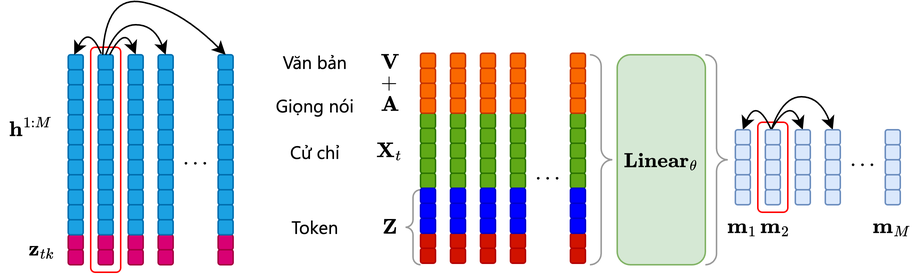
hmthanh/master_thesis keeps this draw.io diagram as thesis/images/CrossLocalAttention.png. Above is the earlier version. Source tidied: cells renumbered, new cells last; positions are measured from the earlier drawing's top-left corner, leaving out a move shared by most shapes.
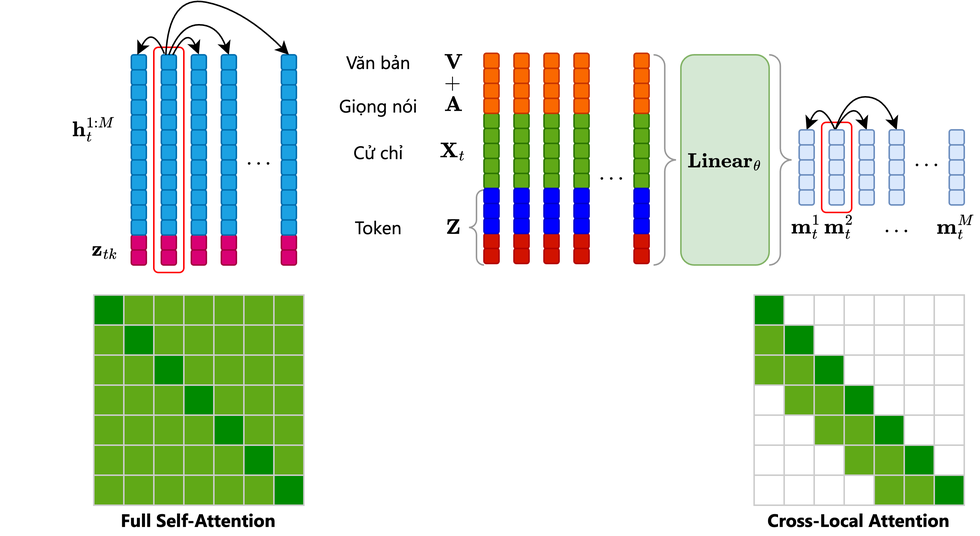
Above is the later version.

What changed in the source:
```diff
@@ -88,3 +88,3 @@
     </mxCell>
-    <mxCell id="30" value="$$\mathbf{h}^{1:M}$$" style="text;html=1;align=center;verticalAlign=middle;whiteSpace=wrap;rounded=0;" parent="1" vertex="1">
+    <mxCell id="30" value="$$\mathbf{h}^{1:M}_t$$" style="text;html=1;align=center;verticalAlign=middle;whiteSpace=wrap;rounded=0;" parent="1" vertex="1">
       <mxGeometry y="80" width="40" height="20" as="geometry" />
@@ -574,3 +574,3 @@
     </mxCell>
-    <mxCell id="178" value="$$\mathbf{m}_1$$" style="text;html=1;align=center;verticalAlign=middle;whiteSpace=wrap;rounded=0;fontSize=12;" parent="1" vertex="1">
+    <mxCell id="178" value="$$\mathbf{m}^1_t$$" style="text;html=1;align=center;verticalAlign=middle;whiteSpace=wrap;rounded=0;fontSize=12;" parent="1" vertex="1">
       <mxGeometry x="480" y="140" width="30" height="30" as="geometry" />
@@ -580,6 +580,6 @@
     </mxCell>
-    <mxCell id="180" value="$$\mathbf{m}_2$$" style="text;html=1;align=center;verticalAlign=middle;whiteSpace=wrap;rounded=0;fontSize=12;" parent="1" vertex="1">
+    <mxCell id="180" value="$$\mathbf{m}^2_t$$" style="text;html=1;align=center;verticalAlign=middle;whiteSpace=wrap;rounded=0;fontSize=12;" parent="1" vertex="1">
       <mxGeometry x="502" y="140" width="30" height="30" as="geometry" />
     </mxCell>
-    <mxCell id="181" value="$$\mathbf{m}_M$$" style="text;html=1;align=center;verticalAlign=middle;whiteSpace=wrap;rounded=0;fontSize=12;" parent="1" vertex="1">
+    <mxCell id="181" value="$$\mathbf{m}^M_t$$" style="text;html=1;align=center;verticalAlign=middle;whiteSpace=wrap;rounded=0;fontSize=12;" parent="1" vertex="1">
       <mxGeometry x="580" y="140" width="30" height="30" as="geometry" />
@@ -631,2 +631,305 @@
     </mxCell>
+    <mxCell id="197" style="rounded=0;whiteSpace=wrap;html=1;fillColor=#008a00;strokeColor=#CCCCCC;fontColor=#ffffff;" parent="1" vertex="1">
+      <mxGeometry x="20" y="200" width="20" height="20" as="geometry" />
+    </mxCell>
+    <mxCell id="198" style="rounded=0;whiteSpace=wrap;html=1;fillColor=#60a917;strokeColor=#CCCCCC;fontColor=#ffffff;" parent="1" vertex="1">
+      <mxGeometry x="40" y="200" width="20" height="20" as="geometry" />
+    </mxCell>
+    <mxCell id="199" style="rounded=0;whiteSpace=wrap;html=1;fillColor=#60a917;strokeColor=#CCCCCC;fontColor=#ffffff;" parent="1" vertex="1">
+      <mxGeometry x="60" y="200" width="20" height="20" as="geometry" />
+    </mxCell>
+    <mxCell id="200" style="rounded=0;whiteSpace=wrap;html=1;fillColor=#60a917;strokeColor=#CCCCCC;fontColor=#ffffff;" parent="1" vertex="1">
+      <mxGeometry x="80" y="200" width="20" height="20" as="geometry" />
+    </mxCell>
+    <mxCell id="201" style="rounded=0;whiteSpace=wrap;html=1;fillColor=#60a917;strokeColor=#CCCCCC;fontColor=#ffffff;" parent="1" vertex="1">
+      <mxGeometry x="100" y="200" width="20" height="20" as="geometry" />
+    </mxCell>
+    <mxCell id="202" style="rounded=0;whiteSpace=wrap;html=1;fillColor=#60a917;strokeColor=#CCCCCC;fontColor=#ffffff;" parent="1" vertex="1">
+      <mxGeometry x="120" y="200" width="20" height="20" as="geometry" />
+    </mxCell>
+    <mxCell id="203" style="rounded=0;whiteSpace=wrap;html=1;fillColor=#60a917;strokeColor=#CCCCCC;fontColor=#ffffff;" parent="1" vertex="1">
+      <mxGeometry x="140" y="200" width="20" height="20" as="geometry" />
+    </mxCell>
+    <mxCell id="204" style="rounded=0;whiteSpace=wrap;html=1;fillColor=#60a917;strokeColor=#CCCCCC;fontColor=#ffffff;" parent="1" vertex="1">
+      <mxGeometry x="20" y="220" width="20" height="20" as="geometry" />
+    </mxCell>
+    <mxCell id="205" style="rounded=0;whiteSpace=wrap;html=1;fillColor=#008a00;strokeColor=#CCCCCC;fontColor=#ffffff;" parent="1" vertex="1">
+      <mxGeometry x="40" y="220" width="20" height="20" as="geometry" />
+    </mxCell>
+    <mxCell id="206" style="rounded=0;whiteSpace=wrap;html=1;fillColor=#60a917;strokeColor=#CCCCCC;fontColor=#ffffff;" parent="1" vertex="1">
+      <mxGeometry x="60" y="220" width="20" height="20" as="geometry" />
+    </mxCell>
+    <mxCell id="207" style="rounded=0;whiteSpace=wrap;html=1;fillColor=#60a917;strokeColor=#CCCCCC;fontColor=#ffffff;" parent="1" vertex="1">
+      <mxGeometry x="80" y="220" width="20" height="20" as="geometry" />
+    </mxCell>
+    <mxCell id="208" style="rounded=0;whiteSpace=wrap;html=1;fillColor=#60a917;strokeColor=#CCCCCC;fontColor=#ffffff;" parent="1" vertex="1">
+      <mxGeometry x="100" y="220" width="20" height="20" as="geometry" />
+    </mxCell>
+    <mxCell id="209" style="rounded=0;whiteSpace=wrap;html=1;fillColor=#60a917;strokeColor=#CCCCCC;fontColor=#ffffff;" parent="1" vertex="1">
+      <mxGeometry x="120" y="220" width="20" height="20" as="geometry" />
+    </mxCell>
+    <mxCell id="210" style="rounded=0;whiteSpace=wrap;html=1;fillColor=#60a917;strokeColor=#CCCCCC;fontColor=#ffffff;" parent="1" vertex="1">
+      <mxGeometry x="140" y="220" width="20" height="20" as="geometry" />
+    </mxCell>
+    <mxCell id="211" style="rounded=0;whiteSpace=wrap;html=1;fillColor=#60a917;strokeColor=#CCCCCC;fontColor=#ffffff;" parent="1" vertex="1">
+      <mxGeometry x="20" y="240" width="20" height="20" as="geometry" />
+    </mxCell>
+    <mxCell id="212" style="rounded=0;whiteSpace=wrap;html=1;fillColor=#60a917;strokeColor=#CCCCCC;fontColor=#ffffff;" parent="1" vertex="1">
+      <mxGeometry x="40" y="240" width="20" height="20" as="geometry" />
+    </mxCell>
+    <mxCell id="213" style="rounded=0;whiteSpace=wrap;html=1;fillColor=#008a00;strokeColor=#CCCCCC;fontColor=#ffffff;" parent="1" vertex="1">
+      <mxGeometry x="60" y="240" width="20" height="20" as="geometry" />
+    </mxCell>
+    <mxCell id="214" style="rounded=0;whiteSpace=wrap;html=1;fillColor=#60a917;strokeColor=#CCCCCC;fontColor=#ffffff;" parent="1" vertex="1">
+      <mxGeometry x="80" y="240" width="20" height="20" as="geometry" />
+    </mxCell>
+    <mxCell id="215" style="rounded=0;whiteSpace=wrap;html=1;fillColor=#60a917;strokeColor=#CCCCCC;fontColor=#ffffff;" parent="1" vertex="1">
+      <mxGeometry x="100" y="240" width="20" height="20" as="geometry" />
+    </mxCell>
+    <mxCell id="216" style="rounded=0;whiteSpace=wrap;html=1;fillColor=#60a917;strokeColor=#CCCCCC;fontColor=#ffffff;" parent="1" vertex="1">
+      <mxGeometry x="120" y="240" width="20" height="20" as="geometry" />
+    </mxCell>
+    <mxCell id="217" style="rounded=0;whiteSpace=wrap;html=1;fillColor=#60a917;strokeColor=#CCCCCC;fontColor=#ffffff;" parent="1" vertex="1">
+      <mxGeometry x="140" y="240" width="20" height="20" as="geometry" />
+    </mxCell>
+    <mxCell id="218" style="rounded=0;whiteSpace=wrap;html=1;fillColor=#60a917;strokeColor=#CCCCCC;fontColor=#ffffff;" parent="1" vertex="1">
+      <mxGeometry x="20" y="260" width="20" height="20" as="geometry" />
+    </mxCell>
+    <mxCell id="219" style="rounded=0;whiteSpace=wrap;html=1;fillColor=#60a917;strokeColor=#CCCCCC;fontColor=#ffffff;" parent="1" vertex="1">
+      <mxGeometry x="40" y="260" width="20" height="20" as="geometry" />
+    </mxCell>
+    <mxCell id="220" style="rounded=0;whiteSpace=wrap;html=1;fillColor=#60a917;strokeColor=#CCCCCC;fontColor=#ffffff;" parent="1" vertex="1">
+      <mxGeometry x="60" y="260" width="20" height="20" as="geometry" />
+    </mxCell>
+    <mxCell id="221" style="rounded=0;whiteSpace=wrap;html=1;fillColor=#008a00;strokeColor=#CCCCCC;fontColor=#ffffff;" parent="1" vertex="1">
+      <mxGeometry x="80" y="260" width="20" height="20" as="geometry" />
+    </mxCell>
+    <mxCell id="222" style="rounded=0;whiteSpace=wrap;html=1;fillColor=#60a917;strokeColor=#CCCCCC;fontColor=#ffffff;" parent="1" vertex="1">
+      <mxGeometry x="100" y="260" width="20" height="20" as="geometry" />
+    </mxCell>
+    <mxCell id="223" style="rounded=0;whiteSpace=wrap;html=1;fillColor=#60a917;strokeColor=#CCCCCC;fontColor=#ffffff;" parent="1" vertex="1">
+      <mxGeometry x="120" y="260" width="20" height="20" as="geometry" />
+    </mxCell>
+    <mxCell id="224" style="rounded=0;whiteSpace=wrap;html=1;fillColor=#60a917;strokeColor=#CCCCCC;fontColor=#ffffff;" parent="1" vertex="1">
+      <mxGeometry x="140" y="260" width="20" height="20" as="geometry" />
+    </mxCell>
+    <mxCell id="225" style="rounded=0;whiteSpace=wrap;html=1;fillColor=#60a917;strokeColor=#CCCCCC;fontColor=#ffffff;" parent="1" vertex="1">
+      <mxGeometry x="20" y="280" width="20" height="20" as="geometry" />
+    </mxCell>
+    <mxCell id="226" style="rounded=0;whiteSpace=wrap;html=1;fillColor=#60a917;strokeColor=#CCCCCC;fontColor=#ffffff;" parent="1" vertex="1">
+      <mxGeometry x="40" y="280" width="20" height="20" as="geometry" />
+    </mxCell>
+    <mxCell id="227" style="rounded=0;whiteSpace=wrap;html=1;fillColor=#60a917;strokeColor=#CCCCCC;fontColor=#ffffff;" parent="1" vertex="1">
+      <mxGeometry x="60" y="280" width="20" height="20" as="geometry" />
+    </mxCell>
+    <mxCell id="228" style="rounded=0;whiteSpace=wrap;html=1;fillColor=#60a917;strokeColor=#CCCCCC;fontColor=#ffffff;" parent="1" vertex="1">
+      <mxGeometry x="80" y="280" width="20" height="20" as="geometry" />
+    </mxCell>
+    <mxCell id="229" style="rounded=0;whiteSpace=wrap;html=1;fillColor=#008a00;strokeColor=#CCCCCC;fontColor=#ffffff;" parent="1" vertex="1">
+      <mxGeometry x="100" y="280" width="20" height="20" as="geometry" />
+    </mxCell>
+    <mxCell id="230" style="rounded=0;whiteSpace=wrap;html=1;fillColor=#60a917;strokeColor=#CCCCCC;fontColor=#ffffff;" parent="1" vertex="1">
+      <mxGeometry x="120" y="280" width="20" height="20" as="geometry" />
+    </mxCell>
+    <mxCell id="231" style="rounded=0;whiteSpace=wrap;html=1;fillColor=#60a917;strokeColor=#CCCCCC;fontColor=#ffffff;" parent="1" vertex="1">
+      <mxGeometry x="140" y="280" width="20" height="20" as="geometry" />
+    </mxCell>
+    <mxCell id="232" style="rounded=0;whiteSpace=wrap;html=1;fillColor=#60a917;strokeColor=#CCCCCC;fontColor=#ffffff;" parent="1" vertex="1">
+      <mxGeometry x="20" y="300" width="20" height="20" as="geometry" />
+    </mxCell>
+    <mxCell id="233" style="rounded=0;whiteSpace=wrap;html=1;fillColor=#60a917;strokeColor=#CCCCCC;fontColor=#ffffff;" parent="1" vertex="1">
+      <mxGeometry x="40" y="300" width="20" height="20" as="geometry" />
+    </mxCell>
+    <mxCell id="234" style="rounded=0;whiteSpace=wrap;html=1;fillColor=#60a917;strokeColor=#CCCCCC;fontColor=#ffffff;" parent="1" vertex="1">
+      <mxGeometry x="60" y="300" width="20" height="20" as="geometry" />
+    </mxCell>
+    <mxCell id="235" style="rounded=0;whiteSpace=wrap;html=1;fillColor=#60a917;strokeColor=#CCCCCC;fontColor=#ffffff;" parent="1" vertex="1">
+      <mxGeometry x="80" y="300" width="20" height="20" as="geometry" />
+    </mxCell>
+    <mxCell id="236" style="rounded=0;whiteSpace=wrap;html=1;fillColor=#60a917;strokeColor=#CCCCCC;fontColor=#ffffff;" parent="1" vertex="1">
+      <mxGeometry x="100" y="300" width="20" height="20" as="geometry" />
+    </mxCell>
+    <mxCell id="237" style="rounded=0;whiteSpace=wrap;html=1;fillColor=#008a00;strokeColor=#CCCCCC;fontColor=#ffffff;" parent="1" vertex="1">
+      <mxGeometry x="120" y="300" width="20" height="20" as="geometry" />
+    </mxCell>
+    <mxCell id="238" style="rounded=0;whiteSpace=wrap;html=1;fillColor=#60a917;strokeColor=#CCCCCC;fontColor=#ffffff;" parent="1" vertex="1">
+      <mxGeometry x="140" y="300" width="20" height="20" as="geometry" />
+    </mxCell>
+    <mxCell id="239" style="rounded=0;whiteSpace=wrap;html=1;fillColor=#60a917;strokeColor=#CCCCCC;fontColor=#ffffff;" parent="1" vertex="1">
+      <mxGeometry x="20" y="320" width="20" height="20" as="geometry" />
+    </mxCell>
+    <mxCell id="240" style="rounded=0;whiteSpace=wrap;html=1;fillColor=#60a917;strokeColor=#CCCCCC;fontColor=#ffffff;" parent="1" vertex="1">
+      <mxGeometry x="40" y="320" width="20" height="20" as="geometry" />
+    </mxCell>
+    <mxCell id="241" style="rounded=0;whiteSpace=wrap;html=1;fillColor=#60a917;strokeColor=#CCCCCC;fontColor=#ffffff;" parent="1" vertex="1">
+      <mxGeometry x="60" y="320" width="20" height="20" as="geometry" />
+    </mxCell>
+    <mxCell id="242" style="rounded=0;whiteSpace=wrap;html=1;fillColor=#60a917;strokeColor=#CCCCCC;fontColor=#ffffff;" parent="1" vertex="1">
+      <mxGeometry x="80" y="320" width="20" height="20" as="geometry" />
+    </mxCell>
+    <mxCell id="243" style="rounded=0;whiteSpace=wrap;html=1;fillColor=#60a917;strokeColor=#CCCCCC;fontColor=#ffffff;" parent="1" vertex="1">
+      <mxGeometry x="100" y="320" width="20" height="20" as="geometry" />
+    </mxCell>
+    <mxCell id="244" style="rounded=0;whiteSpace=wrap;html=1;fillColor=#60a917;strokeColor=#CCCCCC;fontColor=#ffffff;" parent="1" vertex="1">
+      <mxGeometry x="120" y="320" width="20" height="20" as="geometry" />
+    </mxCell>
+    <mxCell id="245" style="rounded=0;whiteSpace=wrap;html=1;fillColor=#008a00;strokeColor=#CCCCCC;fontColor=#ffffff;" parent="1" vertex="1">
+      <mxGeometry x="140" y="320" width="20" height="20" as="geometry" />
+    </mxCell>
+    <mxCell id="246" value="Full Self-Attention" style="text;html=1;align=center;verticalAlign=middle;whiteSpace=wrap;rounded=0;fontFamily=Segoe UI;fontStyle=1;" parent="1" vertex="1">
+      <mxGeometry x="20" y="340" width="140" height="20" as="geometry" />
+    </mxCell>
+    <mxCell id="247" style="rounded=0;whiteSpace=wrap;html=1;strokeColor=#CCCCCC;fillColor=#008a00;fontColor=#ffffff;" parent="1" vertex="1">
+      <mxGeometry x="460" y="200" width="20" height="20" as="geometry" />
+    </mxCell>
+    <mxCell id="248" style="rounded=0;whiteSpace=wrap;html=1;strokeColor=#CCCCCC;" parent="1" vertex="1">
+      <mxGeometry x="480" y="200" width="20" height="20" as="geometry" />
+    </mxCell>
+    <mxCell id="249" style="rounded=0;whiteSpace=wrap;html=1;strokeColor=#CCCCCC;" parent="1" vertex="1">
+      <mxGeometry x="500" y="200" width="20" height="20" as="geometry" />
+    </mxCell>
+    <mxCell id="250" style="rounded=0;whiteSpace=wrap;html=1;strokeColor=#CCCCCC;" parent="1" vertex="1">
+      <mxGeometry x="520" y="200" width="20" height="20" as="geometry" />
+    </mxCell>
+    <mxCell id="251" style="rounded=0;whiteSpace=wrap;html=1;strokeColor=#CCCCCC;" parent="1" vertex="1">
+      <mxGeometry x="540" y="200" width="20" height="20" as="geometry" />
+    </mxCell>
+    <mxCell id="252" style="rounded=0;whiteSpace=wrap;html=1;strokeColor=#CCCCCC;" parent="1" vertex="1">
+      <mxGeometry x="560" y="200" width="20" height="20" as="geometry" />
+    </mxCell>
+    <mxCell id="253" style="rounded=0;whiteSpace=wrap;html=1;strokeColor=#CCCCCC;" parent="1" vertex="1">
+      <mxGeometry x="580" y="200" width="20" height="20" as="geometry" />
+    </mxCell>
+    <mxCell id="254" style="rounded=0;whiteSpace=wrap;html=1;strokeColor=#CCCCCC;fillColor=#60a917;fontColor=#ffffff;" parent="1" vertex="1">
+      <mxGeometry x="460" y="220" width="20" height="20" as="geometry" />
+    </mxCell>
+    <mxCell id="255" style="rounded=0;whiteSpace=wrap;html=1;strokeColor=#CCCCCC;fillColor=#008a00;fontColor=#ffffff;" parent="1" vertex="1">
+      <mxGeometry x="480" y="220" width="20" height="20" as="geometry" />
+    </mxCell>
+    <mxCell id="256" style="rounded=0;whiteSpace=wrap;html=1;strokeColor=#CCCCCC;" parent="1" vertex="1">
+      <mxGeometry x="500" y="220" width="20" height="20" as="geometry" />
+    </mxCell>
+    <mxCell id="257" style="rounded=0;whiteSpace=wrap;html=1;strokeColor=#CCCCCC;" parent="1" vertex="1">
+      <mxGeometry x="520" y="220" width="20" height="20" as="geometry" />
+    </mxCell>
+    <mxCell id="258" style="rounded=0;whiteSpace=wrap;html=1;strokeColor=#CCCCCC;" parent="1" vertex="1">
+      <mxGeometry x="540" y="220" width="20" height="20" as="geometry" />
+    </mxCell>
+    <mxCell id="259" style="rounded=0;whiteSpace=wrap;html=1;strokeColor=#CCCCCC;" parent="1" vertex="1">
+      <mxGeometry x="560" y="220" width="20" height="20" as="geometry" />
+    </mxCell>
+    <mxCell id="260" style="rounded=0;whiteSpace=wrap;html=1;strokeColor=#CCCCCC;" parent="1" vertex="1">
+      <mxGeometry x="580" y="220" width="20" height="20" as="geometry" />
+    </mxCell>
+    <mxCell id="261" style="rounded=0;whiteSpace=wrap;html=1;strokeColor=#CCCCCC;fillColor=#60a917;fontColor=#ffffff;" parent="1" vertex="1">
+      <mxGeometry x="460" y="240" width="20" height="20" as="geometry" />
+    </mxCell>
+    <mxCell id="262" style="rounded=0;whiteSpace=wrap;html=1;strokeColor=#CCCCCC;fillColor=#60a917;fontColor=#ffffff;" parent="1" vertex="1">
+      <mxGeometry x="480" y="240" width="20" height="20" as="geometry" />
+    </mxCell>
+    <mxCell id="263" style="rounded=0;whiteSpace=wrap;html=1;strokeColor=#CCCCCC;fillColor=#008a00;fontColor=#ffffff;" parent="1" vertex="1">
+      <mxGeometry x="500" y="240" width="20" height="20" as="geometry" />
+    </mxCell>
+    <mxCell id="264" style="rounded=0;whiteSpace=wrap;html=1;strokeColor=#CCCCCC;" parent="1" vertex="1">
+      <mxGeometry x="520" y="240" width="20" height="20" as="geometry" />
+    </mxCell>
+    <mxCell id="265" style="rounded=0;whiteSpace=wrap;html=1;strokeColor=#CCCCCC;" parent="1" vertex="1">
+      <mxGeometry x="540" y="240" width="20" height="20" as="geometry" />
+    </mxCell>
+    <mxCell id="266" style="rounded=0;whiteSpace=wrap;html=1;strokeColor=#CCCCCC;" parent="1" vertex="1">
+      <mxGeometry x="560" y="240" width="20" height="20" as="geometry" />
+    </mxCell>
+    <mxCell id="267" style="rounded=0;whiteSpace=wrap;html=1;strokeColor=#CCCCCC;" parent="1" vertex="1">
+      <mxGeometry x="580" y="240" width="20" height="20" as="geometry" />
+    </mxCell>
+    <mxCell id="268" style="rounded=0;whiteSpace=wrap;html=1;strokeColor=#CCCCCC;" parent="1" vertex="1">
+      <mxGeometry x="460" y="260" width="20" height="20" as="geometry" />
+    </mxCell>
+    <mxCell id="269" style="rounded=0;whiteSpace=wrap;html=1;strokeColor=#CCCCCC;fillColor=#60a917;fontColor=#ffffff;" parent="1" vertex="1">
+      <mxGeometry x="480" y="260" width="20" height="20" as="geometry" />
+    </mxCell>
+    <mxCell id="270" style="rounded=0;whiteSpace=wrap;html=1;strokeColor=#CCCCCC;fillColor=#60a917;fontColor=#ffffff;" parent="1" vertex="1">
+      <mxGeometry x="500" y="260" width="20" height="20" as="geometry" />
+    </mxCell>
+    <mxCell id="271" style="rounded=0;whiteSpace=wrap;html=1;strokeColor=#CCCCCC;fillColor=#008a00;fontColor=#ffffff;" parent="1" vertex="1">
+      <mxGeometry x="520" y="260" width="20" height="20" as="geometry" />
+    </mxCell>
+    <mxCell id="272" style="rounded=0;whiteSpace=wrap;html=1;strokeColor=#CCCCCC;" parent="1" vertex="1">
+      <mxGeometry x="540" y="260" width="20" height="20" as="geometry" />
+    </mxCell>
+    <mxCell id="273" style="rounded=0;whiteSpace=wrap;html=1;strokeColor=#CCCCCC;" parent="1" vertex="1">
+      <mxGeometry x="560" y="260" width="20" height="20" as="geometry" />
+    </mxCell>
+    <mxCell id="274" style="rounded=0;whiteSpace=wrap;html=1;strokeColor=#CCCCCC;" parent="1" vertex="1">
+      <mxGeometry x="580" y="260" width="20" height="20" as="geometry" />
+    </mxCell>
+    <mxCell id="275" style="rounded=0;whiteSpace=wrap;html=1;strokeColor=#CCCCCC;" parent="1" vertex="1">
+      <mxGeometry x="460" y="280" width="20" height="20" as="geometry" />
+    </mxCell>
+    <mxCell id="276" style="rounded=0;whiteSpace=wrap;html=1;strokeColor=#CCCCCC;" parent="1" vertex="1">
+      <mxGeometry x="480" y="280" width="20" height="20" as="geometry" />
+    </mxCell>
+    <mxCell id="277" style="rounded=0;whiteSpace=wrap;html=1;strokeColor=#CCCCCC;fillColor=#60a917;fontColor=#ffffff;" parent="1" vertex="1">
+      <mxGeometry x="500" y="280" width="20" height="20" as="geometry" />
+    </mxCell>
+    <mxCell id="278" style="rounded=0;whiteSpace=wrap;html=1;strokeColor=#CCCCCC;fillColor=#60a917;fontColor=#ffffff;" parent="1" vertex="1">
+      <mxGeometry x="520" y="280" width="20" height="20" as="geometry" />
+    </mxCell>
+    <mxCell id="279" style="rounded=0;whiteSpace=wrap;html=1;strokeColor=#CCCCCC;fillColor=#008a00;fontColor=#ffffff;" parent="1" vertex="1">
+      <mxGeometry x="540" y="280" width="20" height="20" as="geometry" />
+    </mxCell>
+    <mxCell id="280" style="rounded=0;whiteSpace=wrap;html=1;strokeColor=#CCCCCC;" parent="1" vertex="1">
+      <mxGeometry x="560" y="280" width="20" height="20" as="geometry" />
+    </mxCell>
+    <mxCell id="281" style="rounded=0;whiteSpace=wrap;html=1;strokeColor=#CCCCCC;" parent="1" vertex="1">
+      <mxGeometry x="580" y="280" width="20" height="20" as="geometry" />
+    </mxCell>
+    <mxCell id="282" style="rounded=0;whiteSpace=wrap;html=1;strokeColor=#CCCCCC;" parent="1" vertex="1">
+      <mxGeometry x="460" y="300" width="20" height="20" as="geometry" />
+    </mxCell>
+    <mxCell id="283" style="rounded=0;whiteSpace=wrap;html=1;strokeColor=#CCCCCC;" parent="1" vertex="1">
+      <mxGeometry x="480" y="300" width="20" height="20" as="geometry" />
+    </mxCell>
+    <mxCell id="284" style="rounded=0;whiteSpace=wrap;html=1;strokeColor=#CCCCCC;" parent="1" vertex="1">
+      <mxGeometry x="500" y="300" width="20" height="20" as="geometry" />
+    </mxCell>
+    <mxCell id="285" style="rounded=0;whiteSpace=wrap;html=1;strokeColor=#CCCCCC;fillColor=#60a917;fontColor=#ffffff;" parent="1" vertex="1">
+      <mxGeometry x="520" y="300" width="20" height="20" as="geometry" />
+    </mxCell>
+    <mxCell id="286" style="rounded=0;whiteSpace=wrap;html=1;strokeColor=#CCCCCC;fillColor=#60a917;fontColor=#ffffff;" parent="1" vertex="1">
+      <mxGeometry x="540" y="300" width="20" height="20" as="geometry" />
+    </mxCell>
+    <mxCell id="287" style="rounded=0;whiteSpace=wrap;html=1;strokeColor=#CCCCCC;fillColor=#008a00;fontColor=#ffffff;" parent="1" vertex="1">
+      <mxGeometry x="560" y="300" width="20" height="20" as="geometry" />
+    </mxCell>
+    <mxCell id="288" style="rounded=0;whiteSpace=wrap;html=1;strokeColor=#CCCCCC;" parent="1" vertex="1">
+      <mxGeometry x="580" y="300" width="20" height="20" as="geometry" />
+    </mxCell>
+    <mxCell id="289" style="rounded=0;whiteSpace=wrap;html=1;strokeColor=#CCCCCC;" parent="1" vertex="1">
+      <mxGeometry x="460" y="320" width="20" height="20" as="geometry" />
+    </mxCell>
+    <mxCell id="290" style="rounded=0;whiteSpace=wrap;html=1;strokeColor=#CCCCCC;" parent="1" vertex="1">
+      <mxGeometry x="480" y="320" width="20" height="20" as="geometry" />
+    </mxCell>
+    <mxCell id="291" style="rounded=0;whiteSpace=wrap;html=1;strokeColor=#CCCCCC;" parent="1" vertex="1">
+      <mxGeometry x="500" y="320" width="20" height="20" as="geometry" />
+    </mxCell>
+    <mxCell id="292" style="rounded=0;whiteSpace=wrap;html=1;strokeColor=#CCCCCC;" parent="1" vertex="1">
+      <mxGeometry x="520" y="320" width="20" height="20" as="geometry" />
+    </mxCell>
+    <mxCell id="293" style="rounded=0;whiteSpace=wrap;html=1;strokeColor=#CCCCCC;fillColor=#60a917;fontColor=#ffffff;" parent="1" vertex="1">
+      <mxGeometry x="540" y="320" width="20" height="20" as="geometry" />
+    </mxCell>
+    <mxCell id="294" style="rounded=0;whiteSpace=wrap;html=1;strokeColor=#CCCCCC;fillColor=#60a917;fontColor=#ffffff;" parent="1" vertex="1">
+      <mxGeometry x="560" y="320" width="20" height="20" as="geometry" />
+    </mxCell>
+    <mxCell id="295" style="rounded=0;whiteSpace=wrap;html=1;strokeColor=#CCCCCC;fillColor=#008a00;fontColor=#ffffff;" parent="1" vertex="1">
+      <mxGeometry x="580" y="320" width="20" height="20" as="geometry" />
+    </mxCell>
+    <mxCell id="296" value="Cross-Local Attention" style="text;html=1;align=center;verticalAlign=middle;whiteSpace=wrap;rounded=0;fontFamily=Segoe UI;fontStyle=1;" parent="1" vertex="1">
+      <mxGeometry x="460" y="340" width="140" height="20" as="geometry" />
+    </mxCell>
+    <mxCell id="297" value="$$\dots$$" style="text;html=1;align=center;verticalAlign=middle;whiteSpace=wrap;rounded=0;" parent="1" vertex="1">
+      <mxGeometry x="540" y="139" width="30" height="30" as="geometry" />
+    </mxCell>
   </root>
```
